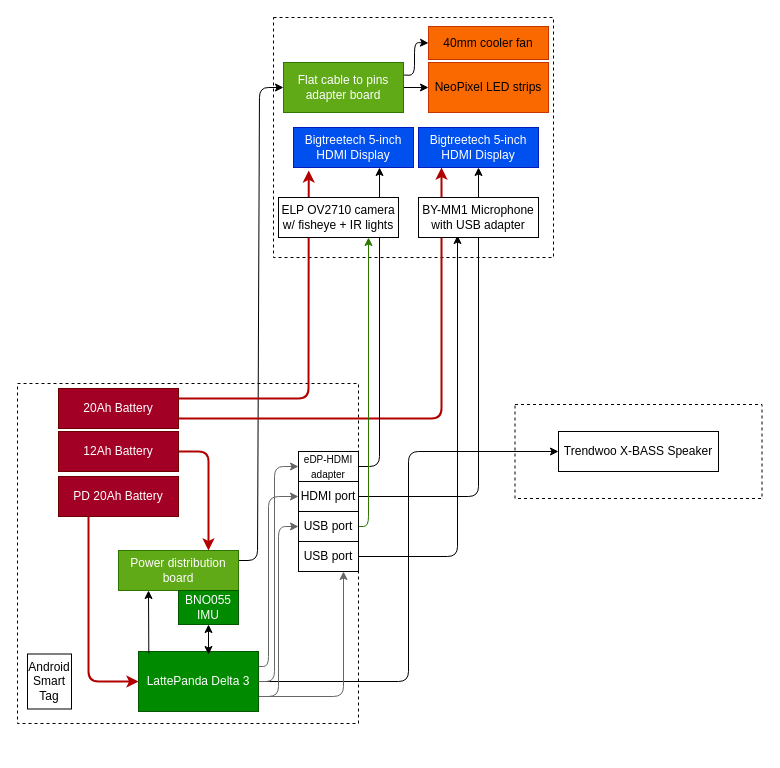
The draw.io diagram Planning/Hardware.drawio in MekhyW/DYNAMO-Electronic_Fursuit-2.0, before the edit. Source tidied: cells renumbered, new cells numbered last; positions are measured from the earlier drawing's top-left corner, leaving out a move shared by most shapes. Both pictures are drawn from the tidied source at 100%, with x=0, y=0 at pixel (17, 17).
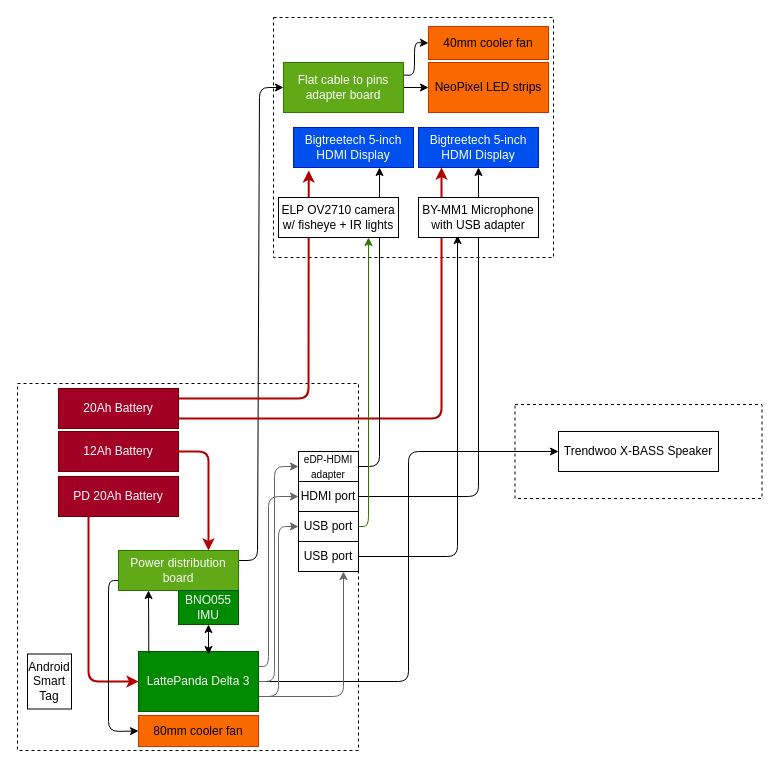
After the change.

The change refers to these unchanged cells:
```xml
<mxCell id="19" value="Power distribution board" style="rounded=0;whiteSpace=wrap;html=1;fillColor=#60a917;fontColor=#ffffff;strokeColor=#2D7600;" parent="1" vertex="1">
  <mxGeometry x="101" y="533" width="120" height="40" as="geometry" />
</mxCell>
```

What changed in the source:
```diff
@@
     <mxCell id="9" style="rounded=0;whiteSpace=wrap;html=1;dashed=1;" parent="1" vertex="1">
-      <mxGeometry y="366" width="341" height="340" as="geometry" />
+      <mxGeometry y="366" width="341" height="367" as="geometry" />
     </mxCell>
@@
+    <mxCell id="42" style="edgeStyle=none;html=1;exitX=0;exitY=0.75;exitDx=0;exitDy=0;entryX=0;entryY=0.5;entryDx=0;entryDy=0;" parent="1" edge="1" source="19" target="43">
+      <mxGeometry relative="1" as="geometry">
+        <Array as="points">
+          <mxPoint x="91" y="563" />
+          <mxPoint x="91" y="714" />
+        </Array>
+      </mxGeometry>
+    </mxCell>
@@
+    <mxCell id="43" value="80mm cooler fan" style="rounded=0;whiteSpace=wrap;html=1;fillColor=#fa6800;fontColor=#000000;strokeColor=#C73500;" parent="1" vertex="1">
+      <mxGeometry x="121" y="698" width="120" height="31" as="geometry" />
+    </mxCell>
```
